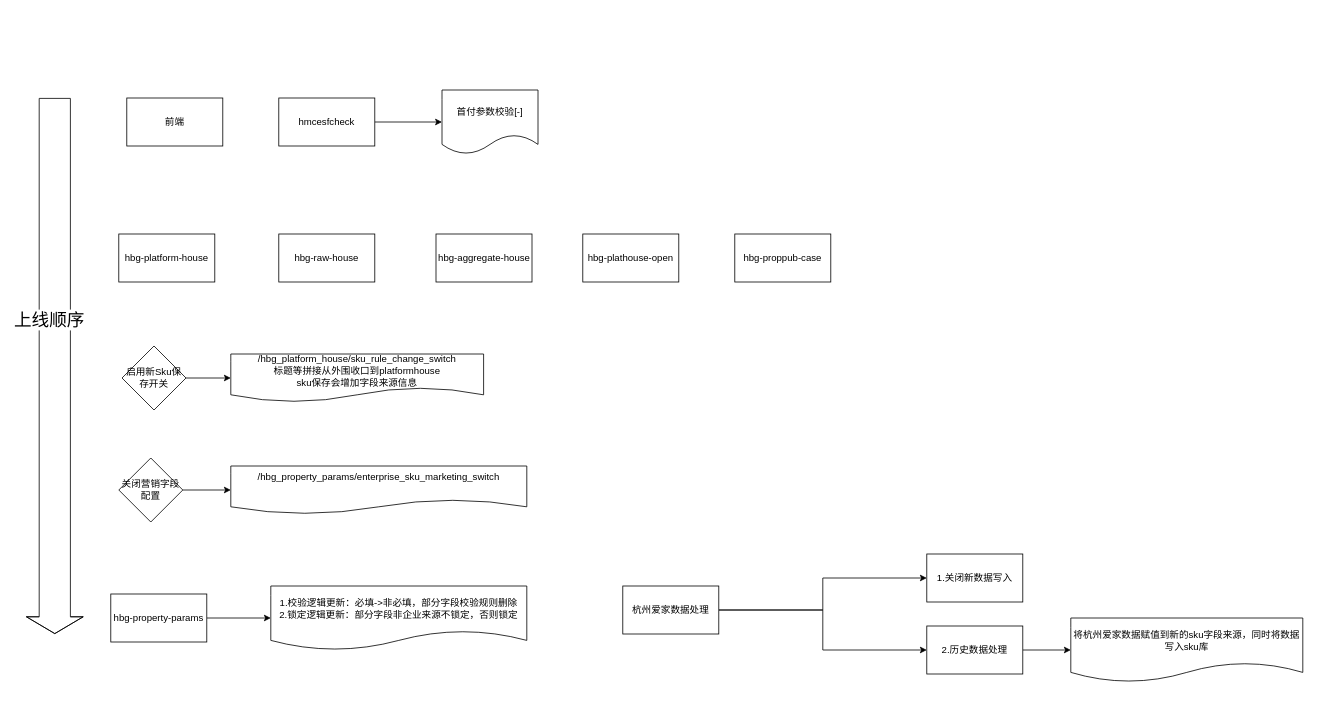
Earlier version of the draw.io diagram sku/sku规则改造上线流程.drawio (guyukou/drawio). Source tidied: cells renumbered, new cells numbered last; positions are measured from the earlier drawing's top-left corner, leaving out a move shared by most shapes. Both pictures are drawn from the tidied source at 80%, with x=0, y=0 at pixel (54, 90).
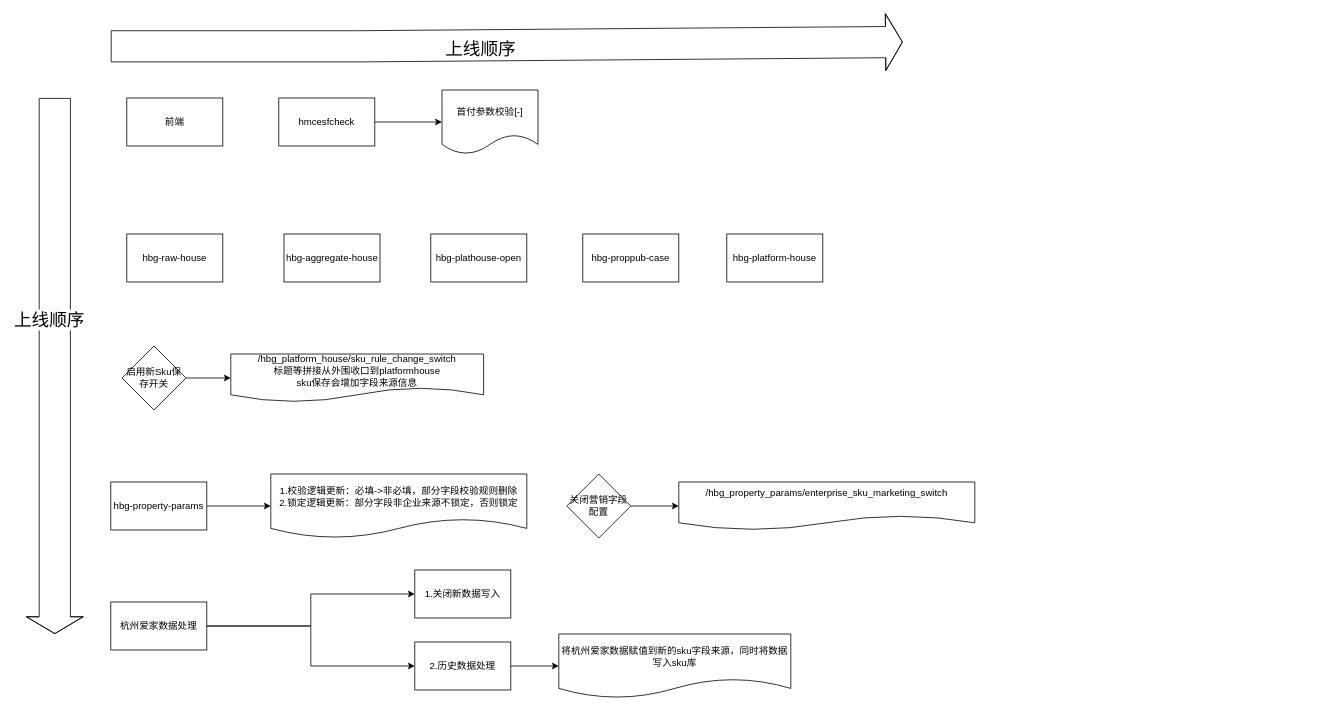
The same page after the edit.

Commit message:
Update sku规则改造上线流程.drawio

The edit, as a diff of the source:
```diff
@@
     <mxCell id="4" value="hbg-aggregate-house" style="rounded=0;whiteSpace=wrap;html=1;" parent="1" vertex="1">
-      <mxGeometry x="476.5" y="180" width="120" height="60" as="geometry" />
+      <mxGeometry x="286.5" y="180" width="120" height="60" as="geometry" />
     </mxCell>
     <mxCell id="5" value="hbg-platform-house" style="rounded=0;whiteSpace=wrap;html=1;" parent="1" vertex="1">
-      <mxGeometry x="80" y="180" width="120" height="60" as="geometry" />
+      <mxGeometry x="840" y="180" width="120" height="60" as="geometry" />
     </mxCell>
     <mxCell id="6" value="hbg-plathouse-open" style="rounded=0;whiteSpace=wrap;html=1;" parent="1" vertex="1">
-      <mxGeometry x="660" y="180" width="120" height="60" as="geometry" />
+      <mxGeometry x="470" y="180" width="120" height="60" as="geometry" />
     </mxCell>
@@
     <mxCell id="8" value="hbg-property-params" style="rounded=0;whiteSpace=wrap;html=1;" parent="1" vertex="1">
-      <mxGeometry x="70" y="630" width="120" height="60" as="geometry" />
+      <mxGeometry x="70" y="490" width="120" height="60" as="geometry" />
     </mxCell>
     <mxCell id="9" value="hbg-proppub-case" style="rounded=0;whiteSpace=wrap;html=1;" parent="1" vertex="1">
-      <mxGeometry x="850" y="180" width="120" height="60" as="geometry" />
+      <mxGeometry x="660" y="180" width="120" height="60" as="geometry" />
     </mxCell>
     <mxCell id="10" value="hbg-raw-house" style="rounded=0;whiteSpace=wrap;html=1;" parent="1" vertex="1">
-      <mxGeometry x="280" y="180" width="120" height="60" as="geometry" />
+      <mxGeometry x="90" y="180" width="120" height="60" as="geometry" />
     </mxCell>
@@
     <mxCell id="14" value="1.校验逻辑更新：必填-&amp;gt;非必填，部分字段校验规则删除&lt;br&gt;2.锁定逻辑更新：部分字段非企业来源不锁定，否则锁定" style="shape=document;whiteSpace=wrap;html=1;boundedLbl=1;rounded=0;" parent="1" vertex="1">
-      <mxGeometry x="270" y="620" width="320" height="80" as="geometry" />
+      <mxGeometry x="270" y="480" width="320" height="80" as="geometry" />
     </mxCell>
@@
     <mxCell id="18" value="关闭营销字段配置" style="rhombus;whiteSpace=wrap;html=1;fontSize=12;" parent="1" vertex="1">
-      <mxGeometry x="80" y="460" width="80" height="80" as="geometry" />
+      <mxGeometry x="640" y="480" width="80" height="80" as="geometry" />
     </mxCell>
     <mxCell id="19" value="&lt;div&gt;/hbg_property_params/enterprise_sku_marketing_switch&lt;/div&gt;&lt;div&gt;&lt;br&gt;&lt;/div&gt;" style="shape=document;whiteSpace=wrap;html=1;boundedLbl=1;" parent="1" vertex="1">
-      <mxGeometry x="220" y="470" width="370" height="60" as="geometry" />
+      <mxGeometry x="780" y="490" width="370" height="60" as="geometry" />
     </mxCell>
@@
     <mxCell id="24" value="杭州爱家数据处理" style="rounded=0;whiteSpace=wrap;html=1;fontSize=12;" parent="1" vertex="1">
-      <mxGeometry x="710" y="620" width="120" height="60" as="geometry" />
+      <mxGeometry x="70" y="640" width="120" height="60" as="geometry" />
     </mxCell>
     <mxCell id="25" value="将杭州爱家数据赋值到新的sku字段来源，同时将数据写入sku库" style="shape=document;whiteSpace=wrap;html=1;boundedLbl=1;rounded=0;" parent="1" vertex="1">
-      <mxGeometry x="1270" y="660" width="290" height="80" as="geometry" />
+      <mxGeometry x="630" y="680" width="290" height="80" as="geometry" />
     </mxCell>
@@
     <mxCell id="27" value="2.历史数据处理" style="rounded=0;whiteSpace=wrap;html=1;" parent="1" vertex="1">
-      <mxGeometry x="1090" y="670" width="120" height="60" as="geometry" />
+      <mxGeometry x="450" y="690" width="120" height="60" as="geometry" />
     </mxCell>
     <mxCell id="28" value="1.关闭新数据写入" style="whiteSpace=wrap;html=1;rounded=0;" parent="1" vertex="1">
-      <mxGeometry x="1090" y="580" width="120" height="60" as="geometry" />
+      <mxGeometry x="450" y="600" width="120" height="60" as="geometry" />
     </mxCell>
+    <mxCell id="29" style="shape=flexArrow;endArrow=classic;html=1;rounded=0;width=39;endSize=6.67;endWidth=31;strokeWidth=1;fontSize=22;verticalAlign=bottom;strokeColor=default;" parent="1" edge="1">
+      <mxGeometry relative="1" as="geometry">
+        <mxPoint x="70" y="-54.6" as="sourcePoint" />
+        <mxPoint x="1060" y="-60" as="targetPoint" />
+        <Array as="points">
+          <mxPoint x="378.8" y="-54.6" />
+        </Array>
+      </mxGeometry>
+    </mxCell>
+    <mxCell id="30" value="上线顺序" style="edgeLabel;html=1;align=center;verticalAlign=top;fontSize=22;" parent="29" vertex="1">
+      <mxGeometry x="-0.23" y="-8" relative="1" as="geometry">
+        <mxPoint x="80" y="-23" as="offset" />
+      </mxGeometry>
+    </mxCell>
```
